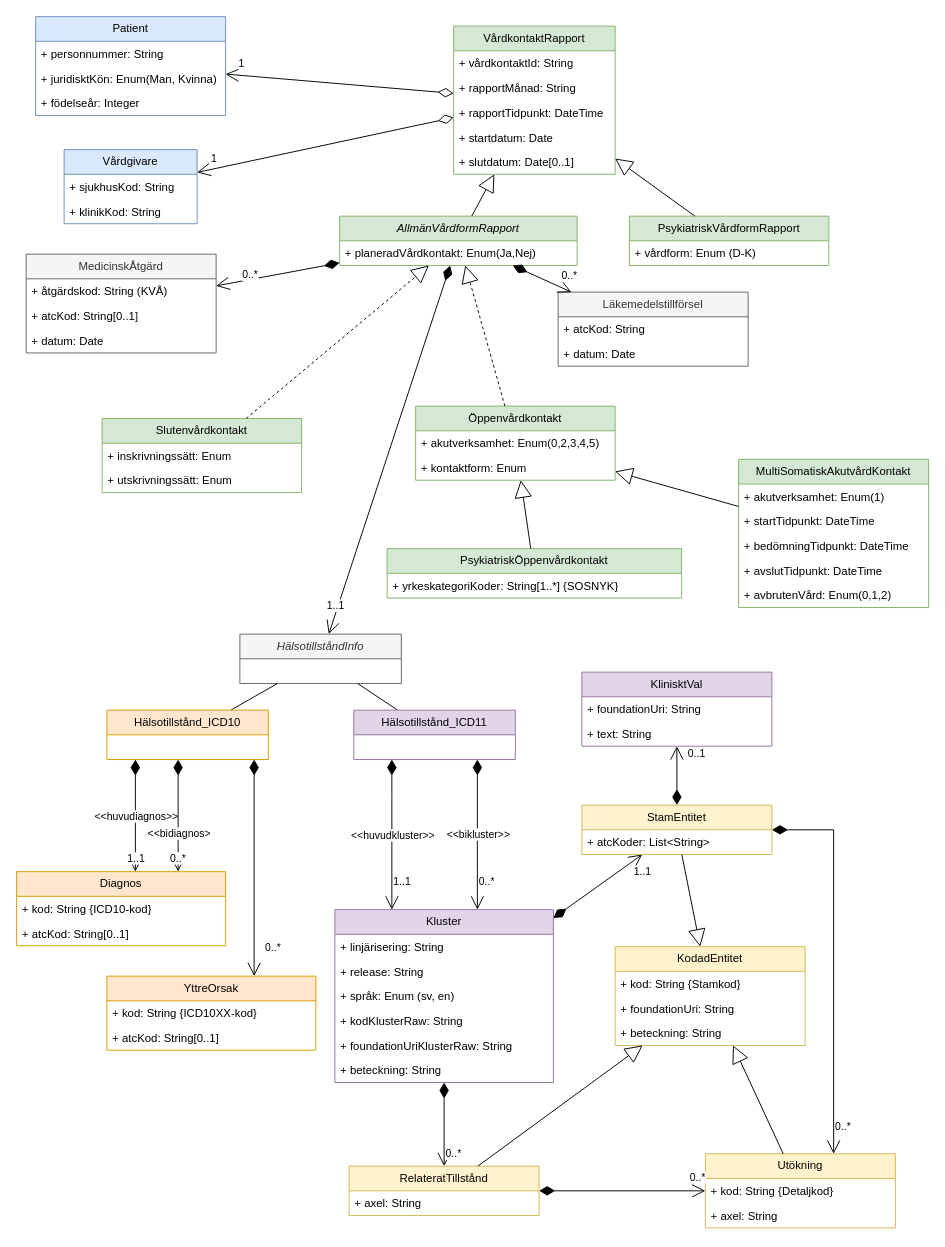
This is page "Stående" (4 of 4) of Klassmodell ICD11.drawio from bhagqvist-consid/ICD11, a draw.io file, before an edit. Source tidied: cells renumbered, new cells numbered last; positions are measured from the earlier drawing's top-left corner, leaving out a move shared by most shapes. Both pictures are drawn from the tidied source at 95%, with x=0, y=0 at pixel (16, 16).
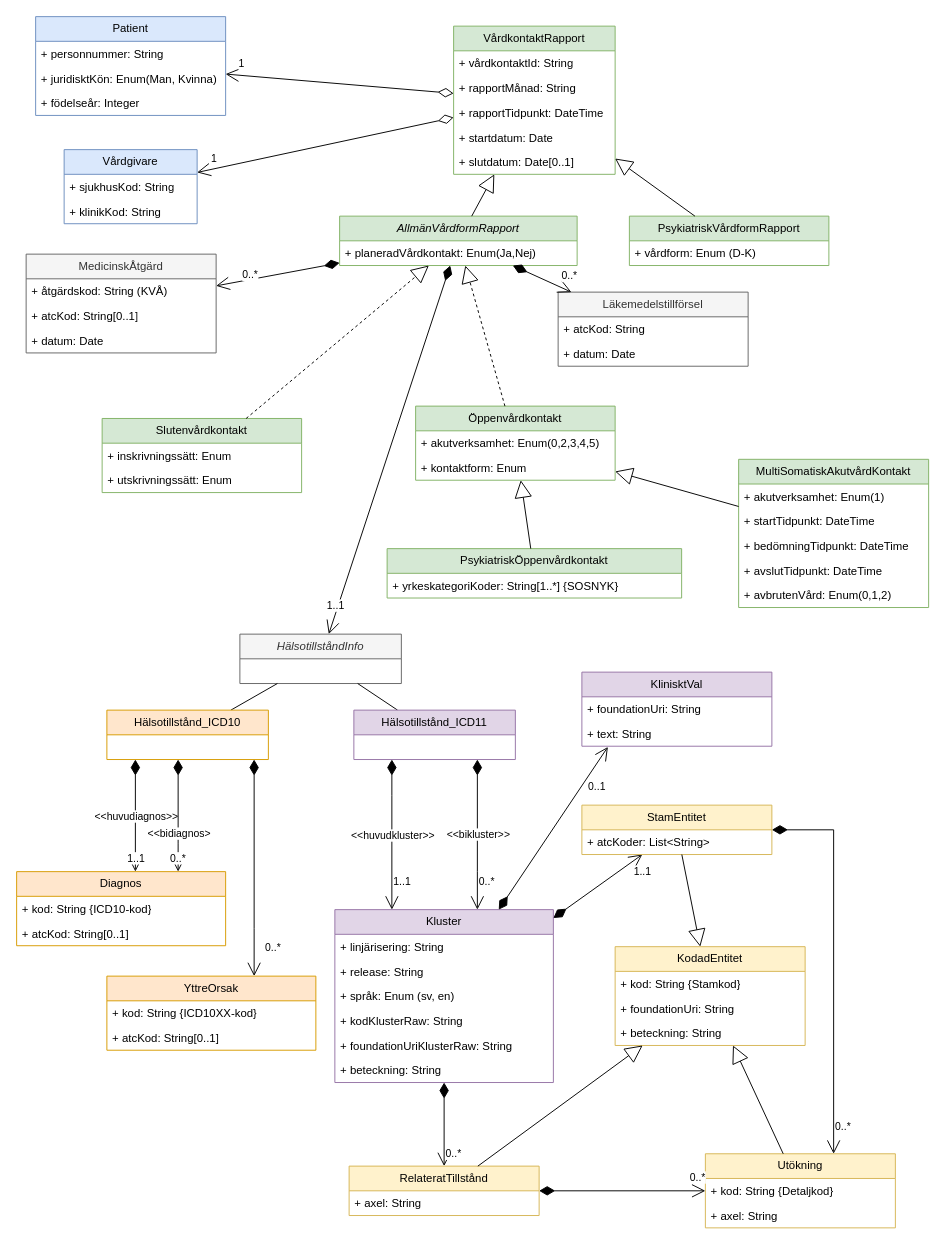
The same diagram, later.

The change refers to these unchanged cells:
```xml
<mxCell id="33" value="Kluster" style="swimlane;fontStyle=0;horizontal=1;startSize=26;fillColor=#e1d5e7;whiteSpace=wrap;html=1;strokeColor=#9673a6;" parent="1" vertex="1">
  <mxGeometry x="335" y="940" width="230" height="182" as="geometry" />
</mxCell>
<mxCell id="65" value="KlinisktVal" style="swimlane;fontStyle=0;horizontal=1;startSize=26;fillColor=#e1d5e7;whiteSpace=wrap;html=1;strokeColor=#9673a6;" parent="1" vertex="1">
  <mxGeometry x="595" y="690" width="200" height="78" as="geometry" />
</mxCell>
<mxCell id="67" value="+ text: String" style="text;strokeColor=none;fillColor=none;align=left;verticalAlign=top;spacingLeft=4;spacingRight=4;overflow=hidden;points=[[0,0.5],[1,0.5]];portConstraint=eastwest;whiteSpace=wrap;html=1;" parent="65" vertex="1">
  <mxGeometry y="52" width="200" height="26" as="geometry" />
</mxCell>
<mxCell id="71" value="StamEntitet" style="swimlane;fontStyle=0;horizontal=1;startSize=26;fillColor=#fff2cc;whiteSpace=wrap;html=1;strokeColor=#d6b656;" parent="1" vertex="1">
  <mxGeometry x="595" y="830" width="200" height="52" as="geometry" />
</mxCell>
```

What changed in the source:
```diff
@@
-    <mxCell id="68" value="0..1" style="endArrow=open;html=1;endSize=12;startArrow=diamondThin;startSize=14;startFill=1;align=left;verticalAlign=bottom;rounded=0;" parent="1" edge="1" source="71" target="65">
+    <mxCell id="68" value="0..1" style="endArrow=open;html=1;endSize=12;startArrow=diamondThin;startSize=14;startFill=1;align=left;verticalAlign=bottom;rounded=0;exitX=0.75;exitY=0;exitDx=0;exitDy=0;entryX=0.137;entryY=1.028;entryDx=0;entryDy=0;entryPerimeter=0;" parent="1" edge="1" source="33" target="67">
       <mxGeometry x="0.46" y="-10" relative="1" as="geometry" />
     </mxCell>
```
